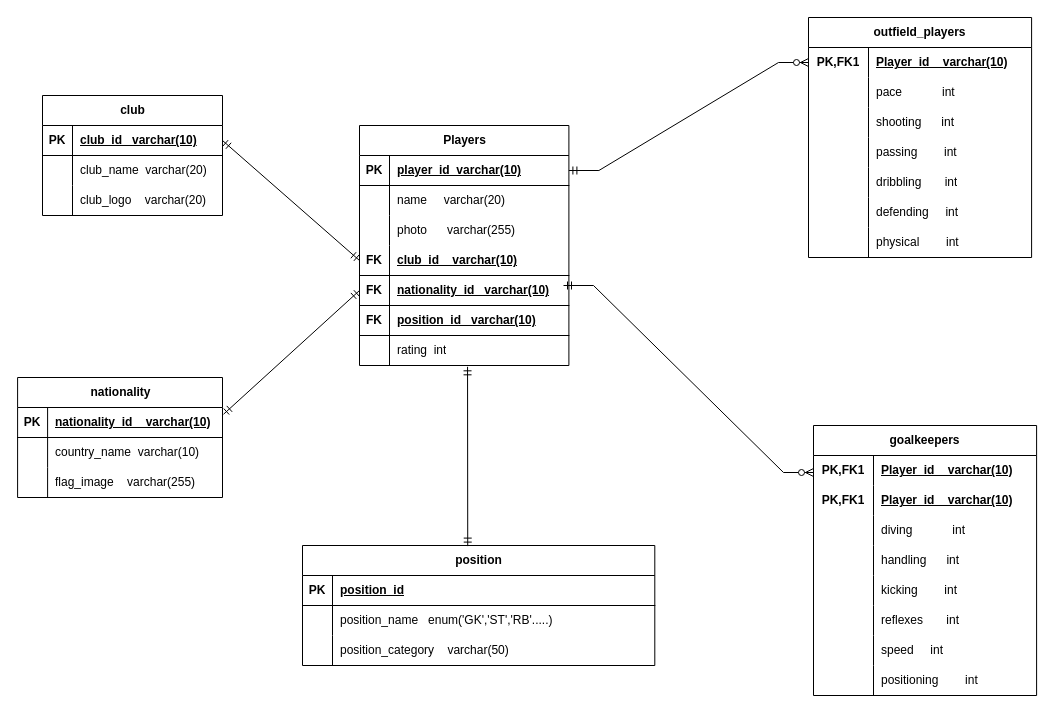
This is Diagramme sans nom.drawio from ka-amina/FUT-Champions-Ultimate-Team, a draw.io file, before an edit. Source tidied: cells renumbered, new cells numbered last; positions are measured from the earlier drawing's top-left corner, leaving out a move shared by most shapes. Both pictures are drawn from the tidied source at 100%, with x=0, y=0 at pixel (17, 17).
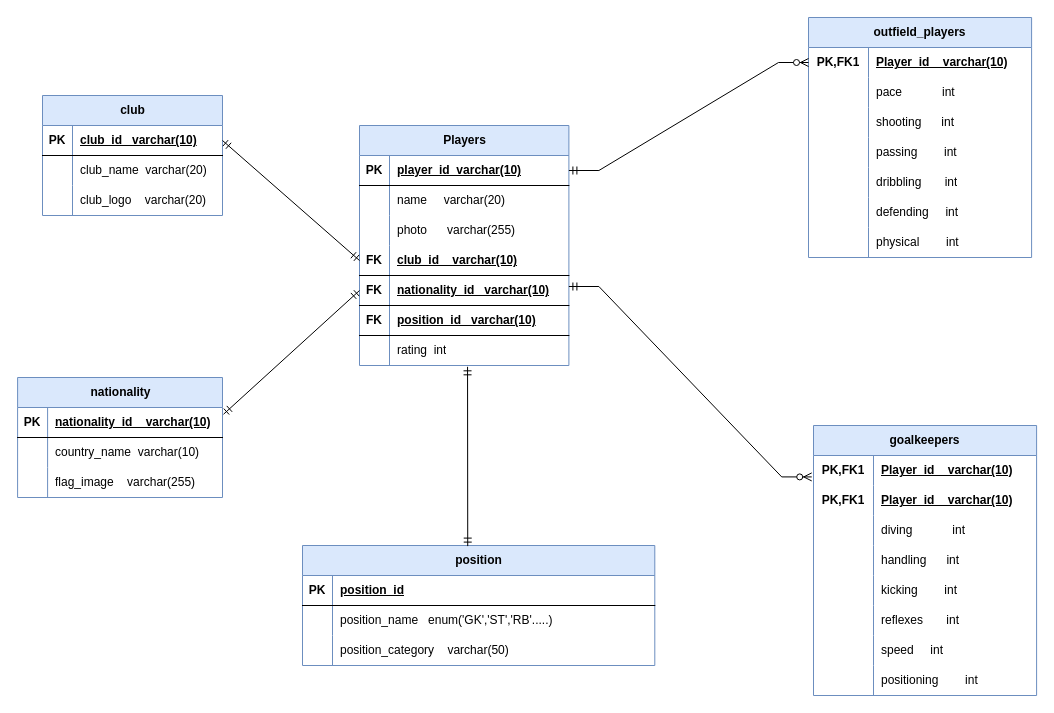
The same diagram, later.

Commit message:
Mettre à jour Diagramme sans nom.drawio

Unchanged cells that the change refers to:
```xml
<mxCell id="77" style="shape=tableRow;horizontal=0;startSize=0;swimlaneHead=0;swimlaneBody=0;fillColor=none;points=[[0,0.5],[1,0.5]];portConstraint=eastwest;top=0;left=0;right=0;bottom=0;html=1;" parent="76" vertex="1">
  <mxGeometry y="30" width="223.1" height="30" as="geometry" />
</mxCell>
```

What changed in the source:
```diff
@@
-    <mxCell id="2" value="Players" style="shape=table;startSize=30;childLayout=tableLayout;rowLines=0;fontStyle=1;align=center;html=1;strokeColor=default;" parent="1" vertex="1">
+    <mxCell id="2" value="Players" style="shape=table;startSize=30;childLayout=tableLayout;rowLines=0;fontStyle=1;align=center;html=1;strokeColor=#6c8ebf;fillColor=#dae8fc;" parent="1" vertex="1">
       <mxGeometry x="342" y="108" width="209.4" height="240" as="geometry" />
     </mxCell>
@@
-    <mxCell id="24" value="club" style="shape=table;startSize=30;childLayout=tableLayout;rowLines=0;fontStyle=1;align=center;html=1;" parent="1" vertex="1">
+    <mxCell id="24" value="club" style="shape=table;startSize=30;childLayout=tableLayout;rowLines=0;fontStyle=1;align=center;html=1;fillColor=#dae8fc;strokeColor=#6c8ebf;" parent="1" vertex="1">
       <mxGeometry x="25" y="78" width="180" height="120" as="geometry" />
     </mxCell>
@@
-    <mxCell id="34" value="nationality" style="shape=table;startSize=30;childLayout=tableLayout;rowLines=0;fontStyle=1;align=center;html=1;" parent="1" vertex="1">
+    <mxCell id="34" value="nationality" style="shape=table;startSize=30;childLayout=tableLayout;rowLines=0;fontStyle=1;align=center;html=1;fillColor=#dae8fc;strokeColor=#6c8ebf;" parent="1" vertex="1">
       <mxGeometry x="0.1" y="360" width="204.9" height="120" as="geometry" />
     </mxCell>
@@
-    <mxCell id="44" value="&lt;div&gt;position&lt;/div&gt;" style="shape=table;startSize=30;childLayout=tableLayout;rowLines=0;fontStyle=1;align=center;html=1;" parent="1" vertex="1">
+    <mxCell id="44" value="&lt;div&gt;position&lt;/div&gt;" style="shape=table;startSize=30;childLayout=tableLayout;rowLines=0;fontStyle=1;align=center;html=1;fillColor=#dae8fc;strokeColor=#6c8ebf;" parent="1" vertex="1">
       <mxGeometry x="285" y="528" width="352.3" height="120" as="geometry" />
     </mxCell>
@@
-    <mxCell id="54" value="outfield_players" style="shape=table;startSize=30;childLayout=tableLayout;rowLines=0;fontStyle=1;align=center;html=1;whiteSpace=wrap;" parent="1" vertex="1">
+    <mxCell id="54" value="outfield_players" style="shape=table;startSize=30;childLayout=tableLayout;rowLines=0;fontStyle=1;align=center;html=1;whiteSpace=wrap;fillColor=#dae8fc;strokeColor=#6c8ebf;" parent="1" vertex="1">
       <mxGeometry x="791" width="223.1" height="240" as="geometry" />
     </mxCell>
@@
-    <mxCell id="76" value="goalkeepers" style="shape=table;startSize=30;childLayout=tableLayout;rowLines=0;fontStyle=1;align=center;html=1;whiteSpace=wrap;" parent="1" vertex="1">
+    <mxCell id="76" value="goalkeepers" style="shape=table;startSize=30;childLayout=tableLayout;rowLines=0;fontStyle=1;align=center;html=1;whiteSpace=wrap;fillColor=#dae8fc;strokeColor=#6c8ebf;" parent="1" vertex="1">
       <mxGeometry x="796" y="408" width="223.1" height="270" as="geometry" />
     </mxCell>
@@
-    <mxCell id="105" style="edgeStyle=entityRelationEdgeStyle;fontSize=12;html=1;endArrow=ERzeroToMany;startArrow=ERmandOne;rounded=0;exitX=1;exitY=0.5;exitDx=0;exitDy=0;entryX=0;entryY=0.5;entryDx=0;entryDy=0;" parent="1" edge="1">
+    <mxCell id="105" style="edgeStyle=entityRelationEdgeStyle;fontSize=12;html=1;endArrow=ERzeroToMany;startArrow=ERmandOne;rounded=0;entryX=-0.008;entryY=0.714;entryDx=0;entryDy=0;entryPerimeter=0;" parent="1" edge="1" target="77">
       <mxGeometry relative="1" as="geometry">
-        <mxPoint x="546" y="268" as="sourcePoint" />
-        <mxPoint x="796" y="455" as="targetPoint" />
+        <mxPoint x="551.4" y="269" as="sourcePoint" />
+        <Array as="points">
+          <mxPoint x="583.4" y="269" />
+        </Array>
       </mxGeometry>
     </mxCell>
```
